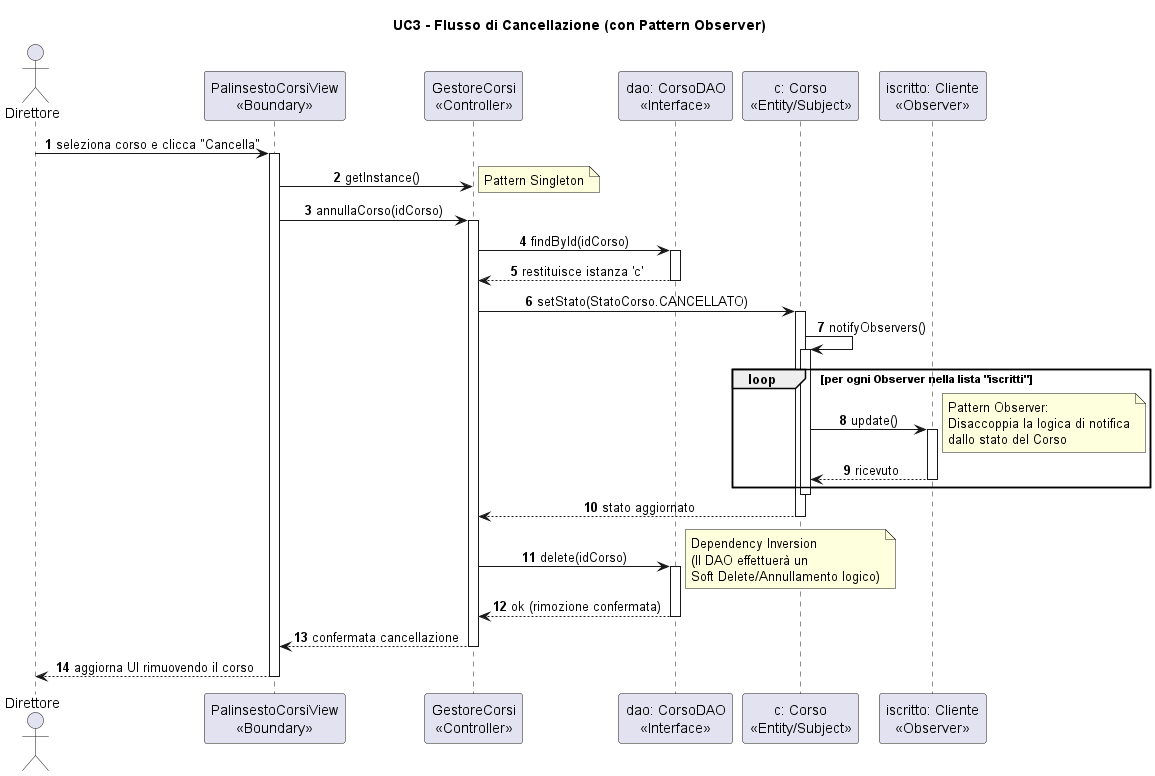
Earlier version of the PlantUML export ScriptActive/Documenti/08. Diagrammi di Sequenza/Visualizzazioni/DSequenzaUC3Alt1.png (svilu999/Progetto-ScriptActive).
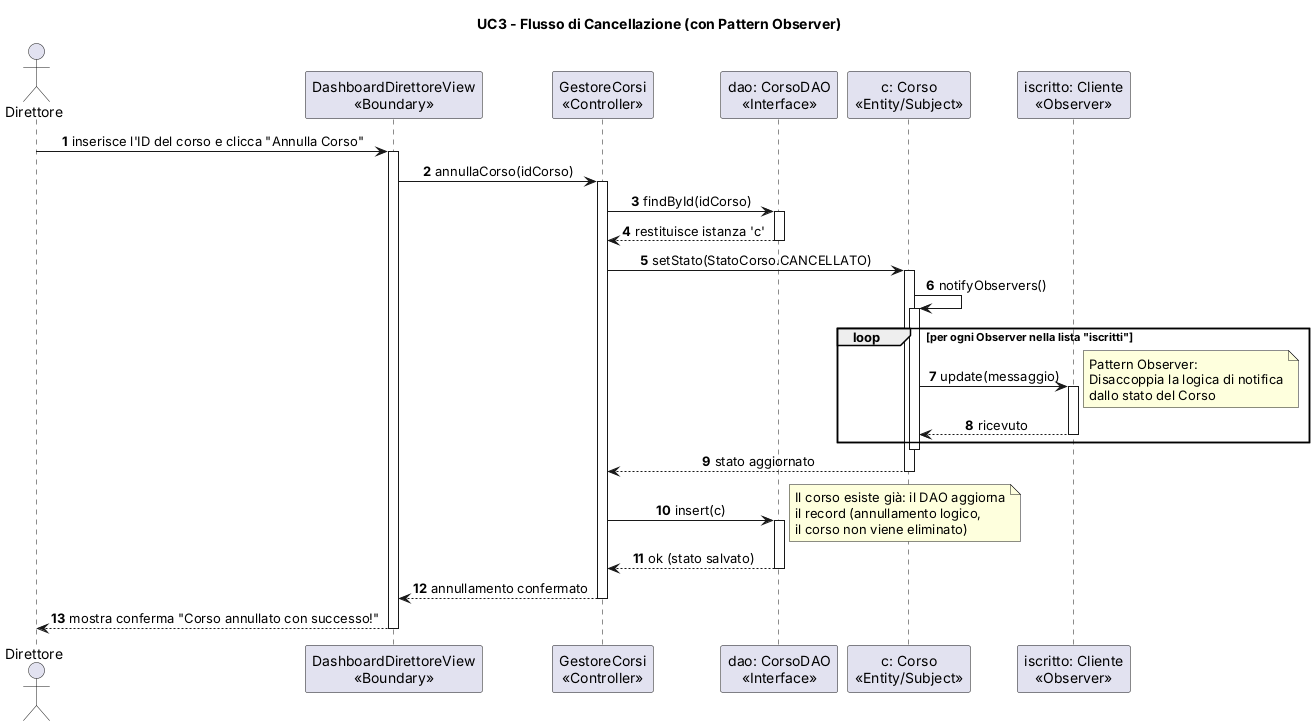
The same diagram one commit later.

What changed in the source:
```diff
@@ -1,66 +1,56 @@
-@startuml
+@startuml DSequenzaUC3Alt1
 skinparam monochrome false
 skinparam packageStyle rectangle
 skinparam sequenceMessageAlign center
 
+title UC3 - Flusso di Cancellazione (con Pattern Observer)
+autonumber
 
-title UC3 - Flusso di Cancellazione (con Pattern Observer)
-
-
-autonumber
 actor "Direttore" as D
-participant "PalinsestoCorsiView\n<<Boundary>>" as V
+participant "DashboardDirettoreView\n<<Boundary>>" as V
 participant "GestoreCorsi\n<<Controller>>" as C
 participant "dao: CorsoDAO\n<<Interface>>" as DAO
 participant "c: Corso\n<<Entity/Subject>>" as E
 participant "iscritto: Cliente\n<<Observer>>" as O
 
-
-D -> V : seleziona corso e clicca "Cancella"
+D -> V : inserisce l'ID del corso e clicca "Annulla Corso"
 activate V
-
-
-V -> C : getInstance()
-note right: Pattern Singleton
-
 
 V -> C : annullaCorso(idCorso)
 activate C
-
 
 C -> DAO : findById(idCorso)
 activate DAO
 DAO --> C : restituisce istanza 'c'
 deactivate DAO
 
-
 C -> E : setStato(StatoCorso.CANCELLATO)
 activate E
+
 E -> E : notifyObservers()
 activate E
+
 loop per ogni Observer nella lista "iscritti"
-    E -> O : update()
+    E -> O : update(messaggio)
     note right: Pattern Observer:\nDisaccoppia la logica di notifica\ndallo stato del Corso
     activate O
     O --> E : ricevuto
     deactivate O
 end
 deactivate E
+
 E --> C : stato aggiornato
 deactivate E
 
-
-C -> DAO : delete(idCorso)
+C -> DAO : insert(c)
 activate DAO
-note right: Dependency Inversion\n(Il DAO effettuerà un\nSoft Delete/Annullamento logico)
-DAO --> C : ok (rimozione confermata)
+note right: Il corso esiste già: il DAO aggiorna\nil record (annullamento logico,\nil corso non viene eliminato)
+DAO --> C : ok (stato salvato)
 deactivate DAO
 
+C --> V : annullamento confermato
+deactivate C
 
-C --> V : confermata cancellazione
-deactivate C
-V --> D : aggiorna UI rimuovendo il corso
+V --> D : mostra conferma "Corso annullato con successo!"
 deactivate V
-
-
 @enduml
```
